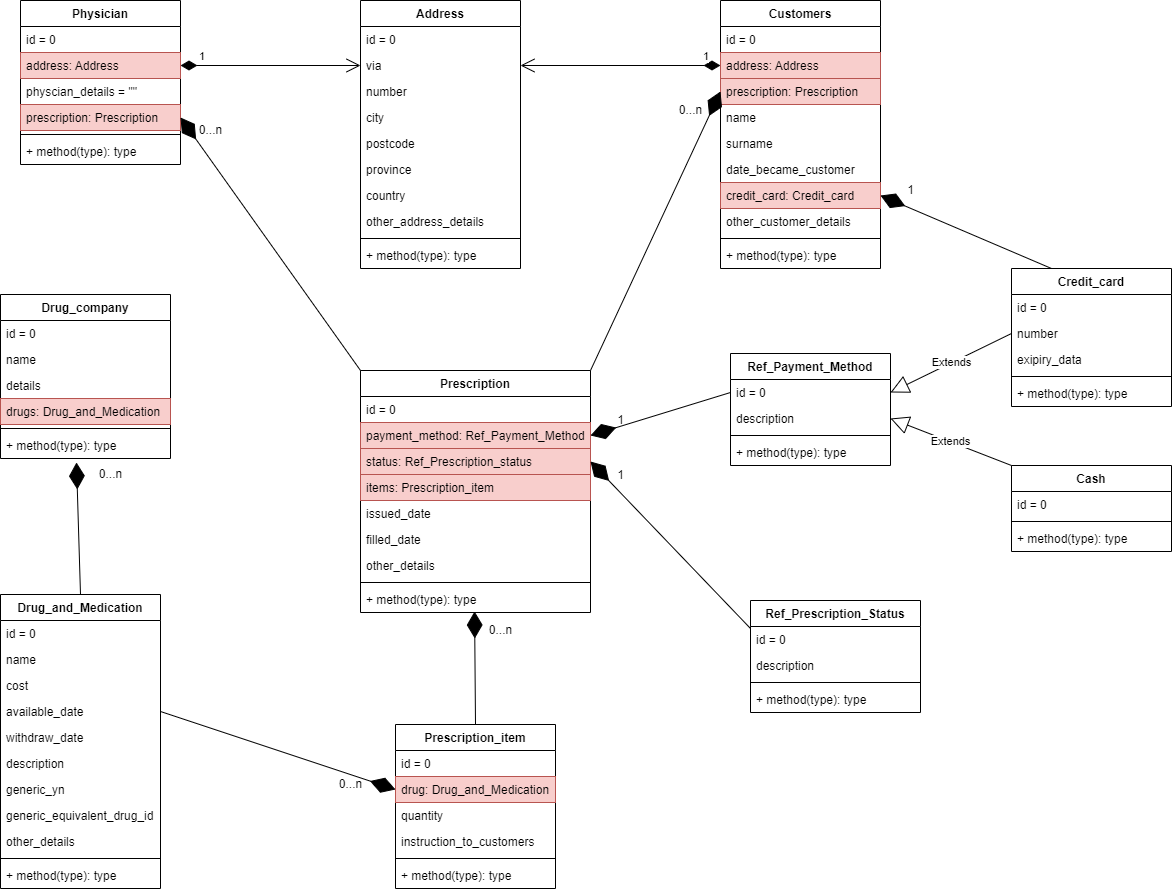
The draw.io diagram disegno.png in LoreGerm/Farmacia, before a commit. Source tidied: cells renumbered, new cells last; positions are measured from the earlier drawing's top-left corner, leaving out a move shared by most shapes.
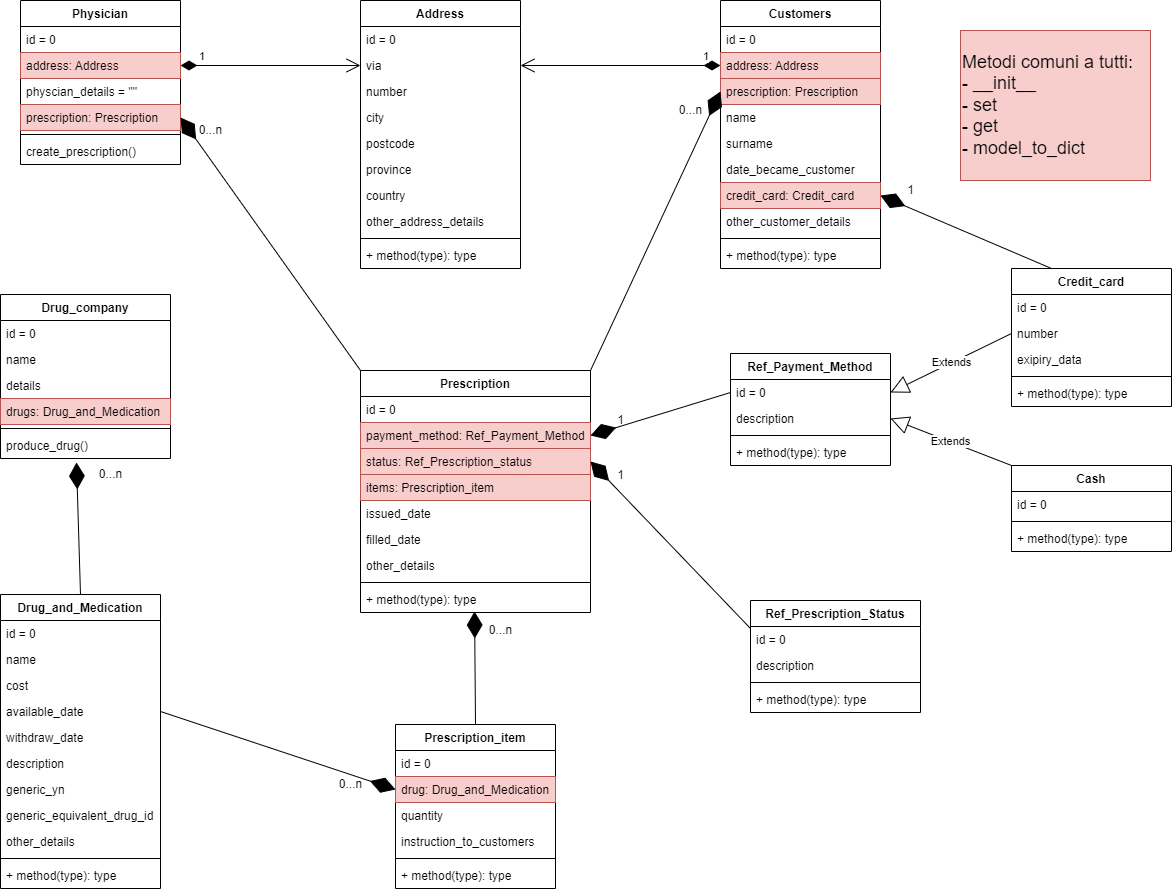
Above is the later version.

What changed in the source:
```diff
@@ -20,7 +20,7 @@
     <mxCell id="7" style="line;strokeWidth=1;fillColor=none;align=left;verticalAlign=middle;spacingTop=-1;spacingLeft=3;spacingRight=3;labelPosition=right;" parent="2" vertex="1">
       <mxGeometry y="130" width="160" height="8" as="geometry" />
     </mxCell>
-    <mxCell id="8" value="+ method(type): type" style="text;strokeColor=none;fillColor=none;align=left;verticalAlign=top;spacingLeft=4;spacingRight=4;overflow=hidden;" parent="2" vertex="1">
+    <mxCell id="8" value="create_prescription()" style="text;strokeColor=none;fillColor=none;align=left;verticalAlign=top;spacingLeft=4;spacingRight=4;overflow=hidden;" parent="2" vertex="1">
       <mxGeometry y="138" width="160" height="26" as="geometry" />
     </mxCell>
     <mxCell id="9" value="Customers" style="swimlane;fontStyle=1;align=center;verticalAlign=top;horizontal=1;startSize=26;" parent="1" vertex="1">
@@ -224,7 +224,7 @@
     <mxCell id="75" style="line;strokeWidth=1;fillColor=none;align=left;verticalAlign=middle;spacingTop=-1;spacingLeft=3;spacingRight=3;labelPosition=right;" parent="70" vertex="1">
       <mxGeometry y="130" width="170" height="8" as="geometry" />
     </mxCell>
-    <mxCell id="76" value="+ method(type): type" style="text;strokeColor=none;fillColor=none;align=left;verticalAlign=top;spacingLeft=4;spacingRight=4;overflow=hidden;points=[[0,0.5],[1,0.5]];portConstraint=eastwest;" parent="70" vertex="1">
+    <mxCell id="76" value="produce_drug()" style="text;strokeColor=none;fillColor=none;align=left;verticalAlign=top;spacingLeft=4;spacingRight=4;overflow=hidden;points=[[0,0.5],[1,0.5]];portConstraint=eastwest;" parent="70" vertex="1">
       <mxGeometry y="138" width="170" height="26" as="geometry" />
     </mxCell>
     <mxCell id="77" value="Drug_and_Medication" style="swimlane;fontStyle=1;align=center;verticalAlign=top;horizontal=1;startSize=26;" parent="1" vertex="1">
@@ -317,5 +317,8 @@
     <mxCell id="106" value="1" style="text;html=1;align=center;verticalAlign=middle;strokeColor=none;fillColor=none;" parent="1" vertex="1">
       <mxGeometry x="900" y="180" width="20" height="20" as="geometry" />
     </mxCell>
+    <mxCell id="107" value="&lt;font style=&quot;font-size: 18px&quot;&gt;&lt;br&gt;&lt;br&gt;Metodi comuni a tutti:&lt;br&gt;- __init__&lt;br&gt;- set&lt;br&gt;- get&lt;br&gt;- model_to_dict&lt;br&gt;&lt;br&gt;&lt;br&gt;&lt;/font&gt;" style="text;html=1;align=left;verticalAlign=middle;strokeColor=#b85450;fillColor=#f8cecc;" parent="1" vertex="1">
+      <mxGeometry x="960" y="30" width="190" height="150" as="geometry" />
+    </mxCell>
   </root>
 </mxGraphModel>
```
